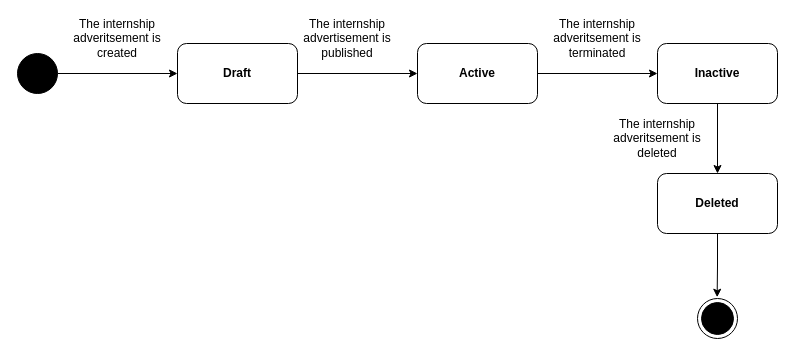
The draw.io diagram RASD-Latex/assets/state_diagram_1.drawio in EdinZiga/DimicTatalovicZiga, before the edit. Source tidied: cells renumbered, new cells numbered last; positions are measured from the earlier drawing's top-left corner, leaving out a move shared by most shapes. Both pictures are drawn from the tidied source at 100%, with x=0, y=0 at pixel (17, 23).
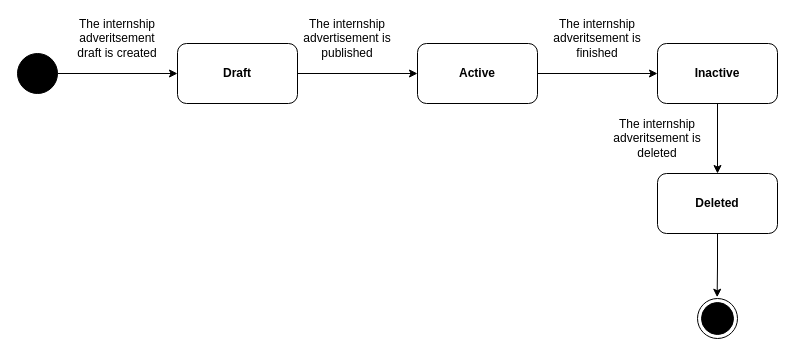
Above is the later version.

Change to the diagram source:
```diff
@@
 <mxGraphModel>
   <root>
     <mxCell id="0" />
     <mxCell id="1" parent="0" />
     <mxCell id="2" style="ellipse;whiteSpace=wrap;html=1;fillColor=#000000;" parent="1" vertex="1">
       <mxGeometry y="30" width="40" height="40" as="geometry" />
     </mxCell>
     <mxCell id="3" style="endArrow=classic;html=1;rounded=0;exitX=1;exitY=0.5;exitDx=0;exitDy=0;entryX=0;entryY=0.5;entryDx=0;entryDy=0;" parent="1" edge="1" source="2" target="5">
       <mxGeometry relative="1" as="geometry" />
     </mxCell>
     <mxCell id="4" style="edgeStyle=orthogonalEdgeStyle;rounded=0;jettySize=auto;html=1;entryX=0;entryY=0.5;entryDx=0;entryDy=0;" parent="1" edge="1" source="5" target="7">
       <mxGeometry relative="1" as="geometry" />
     </mxCell>
     <mxCell id="5" value="&lt;b&gt;Draft&lt;/b&gt;" style="rounded=1;whiteSpace=wrap;html=1;" parent="1" vertex="1">
       <mxGeometry x="160" y="20" width="120" height="60" as="geometry" />
     </mxCell>
     <mxCell id="6" style="edgeStyle=orthogonalEdgeStyle;rounded=0;jettySize=auto;html=1;entryX=0;entryY=0.5;entryDx=0;entryDy=0;" parent="1" edge="1" source="7" target="9">
       <mxGeometry relative="1" as="geometry" />
     </mxCell>
     <mxCell id="7" value="&lt;b&gt;Active&lt;/b&gt;" style="rounded=1;whiteSpace=wrap;html=1;" parent="1" vertex="1">
       <mxGeometry x="400" y="20" width="120" height="60" as="geometry" />
     </mxCell>
     <mxCell id="8" style="edgeStyle=orthogonalEdgeStyle;rounded=0;jettySize=auto;html=1;" parent="1" edge="1" source="9" target="14">
       <mxGeometry relative="1" as="geometry" />
     </mxCell>
     <mxCell id="9" value="&lt;b&gt;Inactive&lt;/b&gt;" style="rounded=1;whiteSpace=wrap;html=1;" parent="1" vertex="1">
       <mxGeometry x="640" y="20" width="120" height="60" as="geometry" />
     </mxCell>
-    <mxCell id="10" value="The internship adveritsement is created" style="text;html=1;align=center;verticalAlign=middle;whiteSpace=wrap;rounded=0;" parent="1" vertex="1">
+    <mxCell id="10" value="The internship adveritsement draft is created" style="text;html=1;align=center;verticalAlign=middle;whiteSpace=wrap;rounded=0;" parent="1" vertex="1">
       <mxGeometry x="50" width="100" height="30" as="geometry" />
     </mxCell>
     <mxCell id="11" value="The internship advertisement is published" style="text;html=1;align=center;verticalAlign=middle;whiteSpace=wrap;rounded=0;" parent="1" vertex="1">
       <mxGeometry x="280" width="100" height="30" as="geometry" />
     </mxCell>
-    <mxCell id="12" value="The internship adveritsement is terminated" style="text;html=1;align=center;verticalAlign=middle;whiteSpace=wrap;rounded=0;" parent="1" vertex="1">
+    <mxCell id="12" value="The internship adveritsement is finished" style="text;html=1;align=center;verticalAlign=middle;whiteSpace=wrap;rounded=0;" parent="1" vertex="1">
       <mxGeometry x="530" width="100" height="30" as="geometry" />
     </mxCell>
     <mxCell id="13" style="edgeStyle=orthogonalEdgeStyle;rounded=0;jettySize=auto;html=1;entryX=0.491;entryY=-0.032;entryDx=0;entryDy=0;entryPerimeter=0;" parent="1" edge="1" source="14" target="17">
       <mxGeometry relative="1" as="geometry" />
     </mxCell>
     <mxCell id="14" value="&lt;b&gt;Deleted&lt;/b&gt;" style="rounded=1;whiteSpace=wrap;html=1;" parent="1" vertex="1">
       <mxGeometry x="640" y="150" width="120" height="60" as="geometry" />
     </mxCell>
     <mxCell id="15" value="The internship adveritsement is deleted" style="text;html=1;align=center;verticalAlign=middle;whiteSpace=wrap;rounded=0;" parent="1" vertex="1">
       <mxGeometry x="590" y="100" width="100" height="30" as="geometry" />
     </mxCell>
     <mxCell id="16" style="group;" parent="1" vertex="1">
       <mxGeometry x="680" y="275" width="40" height="40" as="geometry" />
     </mxCell>
     <mxCell id="17" style="ellipse;whiteSpace=wrap;html=1;" parent="16" vertex="1">
       <mxGeometry width="40" height="40" as="geometry" />
     </mxCell>
     <mxCell id="18" style="ellipse;whiteSpace=wrap;html=1;fillColor=#000000;" parent="16" vertex="1">
       <mxGeometry x="4" y="4" width="32" height="32" as="geometry" />
     </mxCell>
   </root>
 </mxGraphModel>
```
